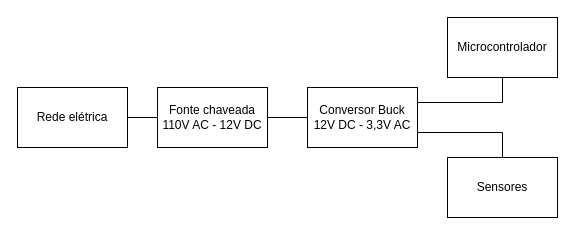
Above: diagramas/alimentacao.drawio in raphaelnunes67/TCC (draw.io), before the change. Source tidied: cells renumbered, new cells numbered last; positions are measured from the earlier drawing's top-left corner, leaving out a move shared by most shapes. Both pictures are drawn from the tidied source at 100%, with x=0, y=0 at pixel (17, 17).
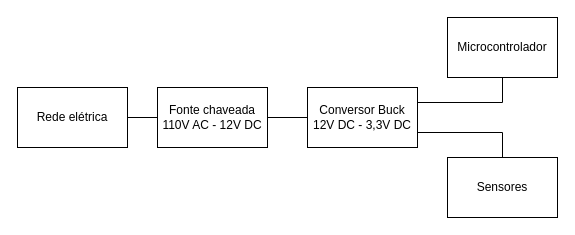
The same diagram, later.

Change to the diagram source:
```diff
@@
 <mxGraphModel>
   <root>
     <mxCell id="0" />
     <mxCell id="1" parent="0" />
     <mxCell id="2" style="edgeStyle=orthogonalEdgeStyle;rounded=0;jettySize=auto;html=1;endArrow=none;endFill=0;" parent="1" edge="1" source="3" target="5">
       <mxGeometry relative="1" as="geometry" />
     </mxCell>
     <mxCell id="3" value="Fonte chaveada&lt;br&gt;110V AC - 12V DC" style="rounded=0;whiteSpace=wrap;html=1;" parent="1" vertex="1">
       <mxGeometry x="140" y="70" width="110" height="60" as="geometry" />
     </mxCell>
     <mxCell id="4" style="edgeStyle=orthogonalEdgeStyle;rounded=0;jettySize=auto;html=1;endArrow=none;endFill=0;entryX=0.5;entryY=0;entryDx=0;entryDy=0;exitX=1;exitY=0.75;exitDx=0;exitDy=0;" parent="1" edge="1" source="5" target="8">
       <mxGeometry relative="1" as="geometry">
         <Array as="points">
           <mxPoint x="485" y="115" />
         </Array>
       </mxGeometry>
     </mxCell>
-    <mxCell id="5" value="Conversor Buck&lt;br&gt;12V DC - 3,3V AC" style="rounded=0;whiteSpace=wrap;html=1;" parent="1" vertex="1">
+    <mxCell id="5" value="Conversor Buck&lt;br&gt;12V DC - 3,3V DC" style="rounded=0;whiteSpace=wrap;html=1;" parent="1" vertex="1">
       <mxGeometry x="290" y="70" width="110" height="60" as="geometry" />
     </mxCell>
     <mxCell id="6" style="edgeStyle=orthogonalEdgeStyle;rounded=0;jettySize=auto;html=1;exitX=0.5;exitY=1;exitDx=0;exitDy=0;entryX=1;entryY=0.25;entryDx=0;entryDy=0;endArrow=none;endFill=0;" parent="1" edge="1" source="7" target="5">
       <mxGeometry relative="1" as="geometry" />
     </mxCell>
     <mxCell id="7" value="Microcontrolador" style="rounded=0;whiteSpace=wrap;html=1;" parent="1" vertex="1">
       <mxGeometry x="430" width="110" height="60" as="geometry" />
     </mxCell>
     <mxCell id="8" value="Sensores" style="rounded=0;whiteSpace=wrap;html=1;" parent="1" vertex="1">
       <mxGeometry x="430" y="140" width="110" height="60" as="geometry" />
     </mxCell>
     <mxCell id="9" style="edgeStyle=orthogonalEdgeStyle;rounded=0;jettySize=auto;html=1;endArrow=none;endFill=0;" parent="1" edge="1" source="10" target="3">
       <mxGeometry relative="1" as="geometry" />
     </mxCell>
     <mxCell id="10" value="Rede elétrica" style="rounded=0;whiteSpace=wrap;html=1;" parent="1" vertex="1">
       <mxGeometry y="70" width="110" height="60" as="geometry" />
     </mxCell>
   </root>
 </mxGraphModel>
```
